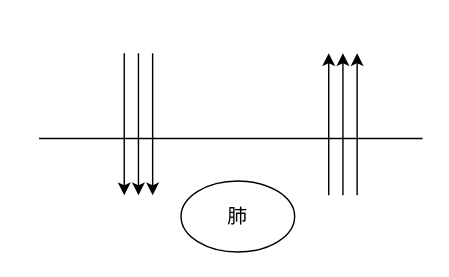
This is 医门推敲叁/中医藏象学说/藏像学说之肺/肺的主要生理功能/肺主呼吸之气.drawio from 328507133/chart, a draw.io file, before an edit. Source tidied: cells renumbered, new cells numbered last; positions are measured from the earlier drawing's top-left corner, leaving out a move shared by most shapes. Both pictures are drawn from the tidied source at 142%, with x=0, y=0 at pixel (38, 53).
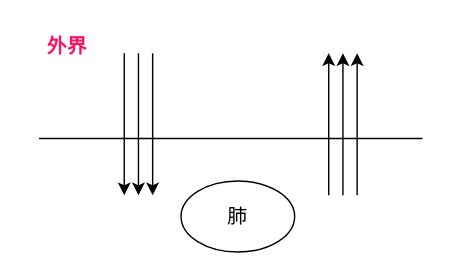
The same page after the edit.

Commit message (it also covers changes not shown here):
更新肺主呼吸之气.drawio

Diff of the diagram source:
```diff
@@
 <mxGraphModel>
   <root>
     <mxCell id="0" />
     <mxCell id="1" parent="0" />
     <mxCell id="2" value="肺" style="ellipse;whiteSpace=wrap;html=1;fontSize=14;" parent="1" vertex="1">
       <mxGeometry x="100" y="90" width="80" height="50" as="geometry" />
     </mxCell>
     <mxCell id="3" style="endArrow=none;html=1;rounded=0;" parent="1" edge="1">
       <mxGeometry relative="1" as="geometry">
         <mxPoint y="60" as="sourcePoint" />
         <mxPoint x="270" y="60" as="targetPoint" />
       </mxGeometry>
     </mxCell>
     <mxCell id="4" style="group;" parent="1" vertex="1">
       <mxGeometry x="60" width="20" height="100" as="geometry" />
     </mxCell>
     <mxCell id="5" style="endArrow=classic;html=1;rounded=0;" parent="4" edge="1">
       <mxGeometry relative="1" as="geometry">
         <mxPoint as="sourcePoint" />
         <mxPoint y="100" as="targetPoint" />
       </mxGeometry>
     </mxCell>
     <mxCell id="6" style="endArrow=classic;html=1;rounded=0;" parent="4" edge="1">
       <mxGeometry relative="1" as="geometry">
         <mxPoint x="10" as="sourcePoint" />
         <mxPoint x="10" y="100" as="targetPoint" />
       </mxGeometry>
     </mxCell>
     <mxCell id="7" style="endArrow=classic;html=1;rounded=0;" parent="4" edge="1">
       <mxGeometry relative="1" as="geometry">
         <mxPoint x="20" as="sourcePoint" />
         <mxPoint x="20" y="100" as="targetPoint" />
       </mxGeometry>
     </mxCell>
     <mxCell id="8" style="group;rotation=-180;" parent="1" vertex="1">
       <mxGeometry x="204" width="20" height="100" as="geometry" />
     </mxCell>
     <mxCell id="9" style="endArrow=classic;html=1;rounded=0;" parent="8" edge="1">
       <mxGeometry relative="1" as="geometry">
         <mxPoint x="20" y="100" as="sourcePoint" />
         <mxPoint x="20" as="targetPoint" />
       </mxGeometry>
     </mxCell>
     <mxCell id="10" style="endArrow=classic;html=1;rounded=0;" parent="8" edge="1">
       <mxGeometry relative="1" as="geometry">
         <mxPoint x="10" y="100" as="sourcePoint" />
         <mxPoint x="10" as="targetPoint" />
       </mxGeometry>
     </mxCell>
     <mxCell id="11" style="endArrow=classic;html=1;rounded=0;" parent="8" edge="1">
       <mxGeometry relative="1" as="geometry">
         <mxPoint y="100" as="sourcePoint" />
         <mxPoint as="targetPoint" />
       </mxGeometry>
     </mxCell>
+    <mxCell id="12" value="外界" style="text;html=1;strokeColor=none;fillColor=none;align=center;verticalAlign=middle;whiteSpace=wrap;rounded=0;fontStyle=1;fontSize=14;fontColor=#FF1261;" parent="1" vertex="1">
+      <mxGeometry x="-10" y="-20" width="60" height="30" as="geometry" />
+    </mxCell>
   </root>
 </mxGraphModel>
```
